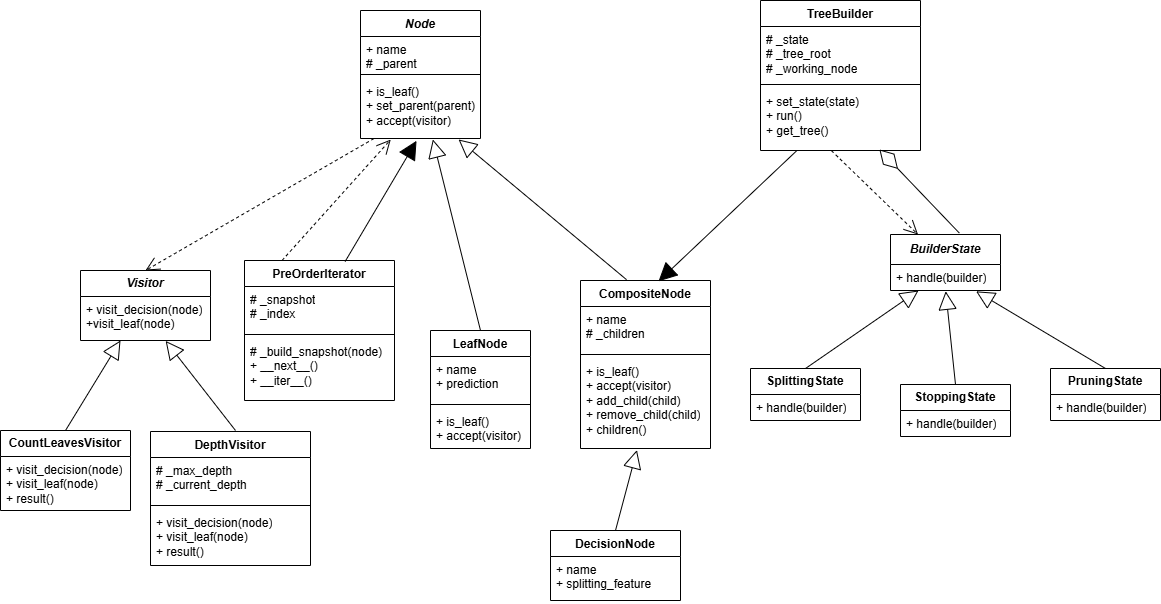
Earlier version of the draw.io export class_diagram.png (LeonardoAleee/DecisionTreeDesignPatterns). Source tidied: cells renumbered, new cells last; positions are measured from the earlier drawing's top-left corner, leaving out a move shared by most shapes.
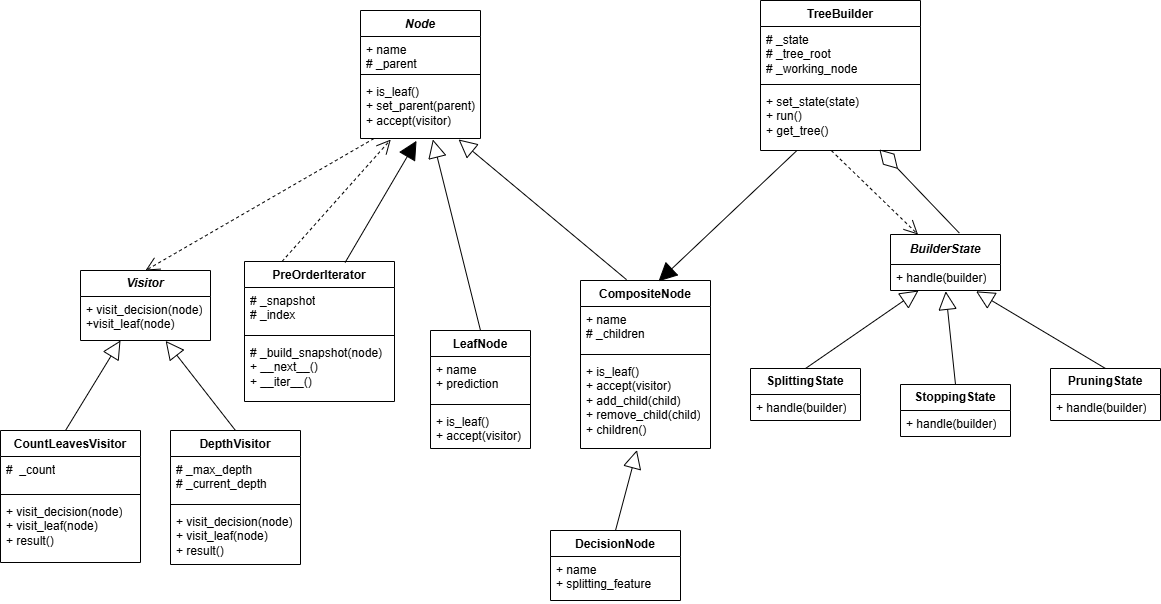
Above is the later version.

Commit message:
fix the CountLeavesVisitor class in the diagram

Diff of the diagram source:
```diff
@@ -24,7 +24,7 @@
       <mxGeometry relative="1" as="geometry" />
     </mxCell>
     <mxCell id="9" value="PreOrderIterator" style="swimlane;fontStyle=1;align=center;verticalAlign=top;horizontal=1;startSize=26;whiteSpace=wrap;html=1;" parent="1" vertex="1">
-      <mxGeometry x="244" y="260" width="150" height="140" as="geometry" />
+      <mxGeometry x="244" y="261" width="150" height="140" as="geometry" />
     </mxCell>
     <mxCell id="10" value="# _snapshot&lt;div&gt;# _index&lt;/div&gt;" style="text;strokeColor=none;fillColor=none;align=left;verticalAlign=top;spacingLeft=4;spacingRight=4;overflow=hidden;whiteSpace=wrap;html=1;" parent="9" vertex="1">
       <mxGeometry y="26" width="150" height="44" as="geometry" />
@@ -68,12 +68,6 @@
     <mxCell id="23" style="endArrow=block;endSize=16;endFill=0;html=1;rounded=0;exitX=0.354;exitY=-0.005;exitDx=0;exitDy=0;entryX=0.817;entryY=1.016;entryDx=0;entryDy=0;entryPerimeter=0;exitPerimeter=0;" parent="1" edge="1" source="19" target="5">
       <mxGeometry relative="1" as="geometry" />
     </mxCell>
-    <mxCell id="24" value="&lt;b&gt;CountLeavesVisitor&lt;/b&gt;" style="swimlane;fontStyle=0;horizontal=1;startSize=26;fillColor=none;whiteSpace=wrap;html=1;" parent="1" vertex="1">
-      <mxGeometry y="430" width="130" height="80" as="geometry" />
-    </mxCell>
-    <mxCell id="25" value="+ visit_decision(node)&lt;div&gt;+ visit_leaf(node)&lt;/div&gt;&lt;div&gt;+ result()&lt;/div&gt;&lt;div&gt;&lt;br&gt;&lt;/div&gt;" style="text;strokeColor=none;fillColor=none;align=left;verticalAlign=top;spacingLeft=4;spacingRight=4;overflow=hidden;whiteSpace=wrap;html=1;" parent="24" vertex="1">
-      <mxGeometry y="26" width="130" height="54" as="geometry" />
-    </mxCell>
     <mxCell id="26" value="&lt;b&gt;&lt;i&gt;BuilderState&lt;/i&gt;&lt;/b&gt;" style="swimlane;fontStyle=0;horizontal=1;startSize=30;fillColor=none;whiteSpace=wrap;html=1;" parent="1" vertex="1">
       <mxGeometry x="890" y="234" width="110" height="56" as="geometry" />
     </mxCell>
@@ -116,8 +110,9 @@
     <mxCell id="39" style="endArrow=block;endSize=16;endFill=0;html=1;rounded=0;exitX=0.5;exitY=0;exitDx=0;exitDy=0;entryX=0.434;entryY=1.018;entryDx=0;entryDy=0;entryPerimeter=0;" parent="1" edge="1" source="37" target="22">
       <mxGeometry relative="1" as="geometry" />
     </mxCell>
-    <mxCell id="40" style="endArrow=block;endSize=16;endFill=0;html=1;rounded=0;exitX=0.5;exitY=0;exitDx=0;exitDy=0;" parent="1" edge="1" source="24">
+    <mxCell id="40" style="endArrow=block;endSize=16;endFill=0;html=1;rounded=0;exitX=0.5;exitY=0;exitDx=0;exitDy=0;" parent="1" edge="1">
       <mxGeometry relative="1" as="geometry">
+        <mxPoint x="65" y="430" as="sourcePoint" />
         <mxPoint x="120" y="340" as="targetPoint" />
       </mxGeometry>
     </mxCell>
@@ -151,16 +146,28 @@
       <mxGeometry relative="1" as="geometry" />
     </mxCell>
     <mxCell id="50" value="DepthVisitor" style="swimlane;fontStyle=1;align=center;verticalAlign=top;horizontal=1;startSize=26;whiteSpace=wrap;html=1;" parent="1" vertex="1">
-      <mxGeometry x="150" y="431" width="160" height="134" as="geometry" />
+      <mxGeometry x="170" y="430" width="130" height="134" as="geometry" />
     </mxCell>
     <mxCell id="51" value="# _max_depth&lt;div&gt;# _current_depth&lt;/div&gt;" style="text;strokeColor=none;fillColor=none;align=left;verticalAlign=top;spacingLeft=4;spacingRight=4;overflow=hidden;whiteSpace=wrap;html=1;" parent="50" vertex="1">
-      <mxGeometry y="26" width="160" height="44" as="geometry" />
+      <mxGeometry y="26" width="130" height="44" as="geometry" />
     </mxCell>
     <mxCell id="52" style="line;strokeWidth=1;fillColor=none;align=left;verticalAlign=middle;spacingTop=-1;spacingLeft=3;spacingRight=3;labelPosition=right;strokeColor=inherit;" parent="50" vertex="1">
-      <mxGeometry y="70" width="160" height="8" as="geometry" />
+      <mxGeometry y="70" width="130" height="8" as="geometry" />
     </mxCell>
     <mxCell id="53" value="+ visit_decision(node)&lt;div&gt;+ visit_leaf(node)&lt;/div&gt;&lt;div&gt;+ result()&lt;/div&gt;" style="text;strokeColor=none;fillColor=none;align=left;verticalAlign=top;spacingLeft=4;spacingRight=4;overflow=hidden;whiteSpace=wrap;html=1;" parent="50" vertex="1">
-      <mxGeometry y="78" width="160" height="56" as="geometry" />
+      <mxGeometry y="78" width="130" height="56" as="geometry" />
     </mxCell>
+    <mxCell id="24" value="CountLeavesVisitor" style="swimlane;fontStyle=1;align=center;verticalAlign=top;horizontal=1;startSize=26;whiteSpace=wrap;html=1;" parent="1" vertex="1">
+      <mxGeometry y="430" width="140" height="132" as="geometry" />
+    </mxCell>
+    <mxCell id="54" value="#&amp;nbsp; _count" style="text;strokeColor=none;fillColor=none;align=left;verticalAlign=top;spacingLeft=4;spacingRight=4;overflow=hidden;whiteSpace=wrap;html=1;" parent="24" vertex="1">
+      <mxGeometry y="26" width="140" height="34" as="geometry" />
+    </mxCell>
+    <mxCell id="55" style="line;strokeWidth=1;fillColor=none;align=left;verticalAlign=middle;spacingTop=-1;spacingLeft=3;spacingRight=3;labelPosition=right;strokeColor=inherit;" parent="24" vertex="1">
+      <mxGeometry y="60" width="140" height="8" as="geometry" />
+    </mxCell>
+    <mxCell id="25" value="+ visit_decision(node)&lt;div&gt;+ visit_leaf(node)&lt;/div&gt;&lt;div&gt;+ result()&lt;/div&gt;" style="text;strokeColor=none;fillColor=none;align=left;verticalAlign=top;spacingLeft=4;spacingRight=4;overflow=hidden;whiteSpace=wrap;html=1;" parent="24" vertex="1">
+      <mxGeometry y="68" width="140" height="64" as="geometry" />
+    </mxCell>
   </root>
 </mxGraphModel>
```
